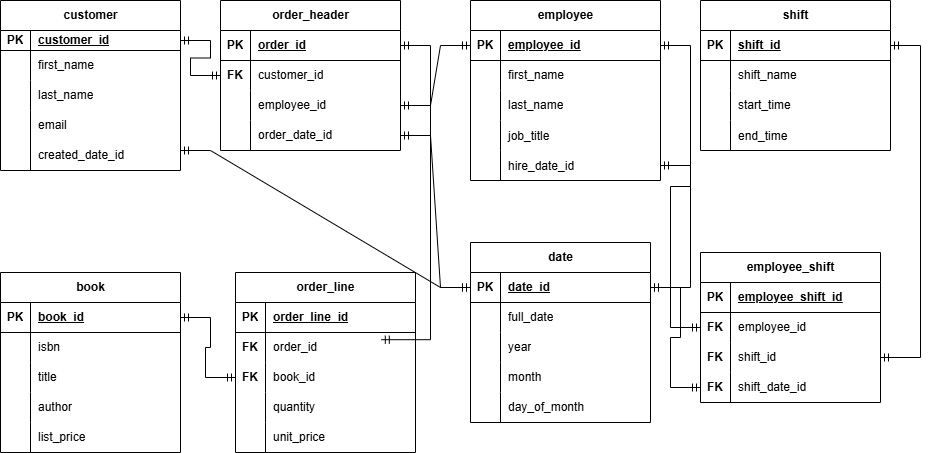
Above: 02_activities/assignments/Microcredential_Cohort/bookstore_logical_model.png in Lynn-Kwon/sql (draw.io), before the change. Source tidied: cells renumbered, new cells last; positions are measured from the earlier drawing's top-left corner, leaving out a move shared by most shapes.
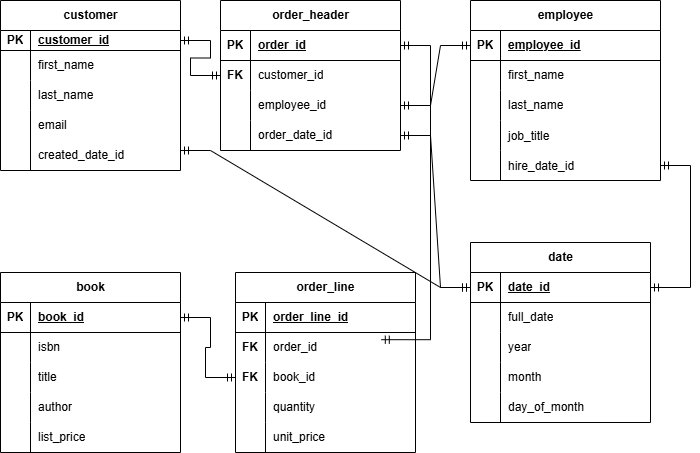
The same diagram one commit later.

Commit message:
fix ERD diagram

Change to the diagram source:
```diff
@@ -301,92 +301,5 @@
     <mxCell id="100" style="edgeStyle=entityRelationEdgeStyle;fontSize=12;html=1;endArrow=ERmandOne;startArrow=ERmandOne;rounded=0;" parent="1" edge="1" source="43" target="79">
       <mxGeometry relative="1" as="geometry" />
     </mxCell>
-    <mxCell id="101" value="shift" style="shape=table;startSize=30;rowLines=0;fontStyle=1;align=center;html=1;" parent="1" vertex="1">
-      <mxGeometry x="700" width="190" height="150" as="geometry" />
-    </mxCell>
-    <mxCell id="102" style="shape=tableRow;horizontal=0;startSize=0;swimlaneHead=0;swimlaneBody=0;fillColor=none;points=[[0,0.5],[1,0.5]];portConstraint=eastwest;top=0;left=0;right=0;bottom=1;" parent="101" vertex="1">
-      <mxGeometry y="30" width="190" height="30" as="geometry" />
-    </mxCell>
-    <mxCell id="103" value="PK" style="shape=partialRectangle;fillColor=none;top=0;left=0;bottom=0;right=0;fontStyle=1;overflow=hidden;whiteSpace=wrap;html=1;" parent="102" vertex="1">
-      <mxGeometry width="30" height="30" as="geometry" />
-    </mxCell>
-    <mxCell id="104" value="shift_id" style="shape=partialRectangle;fillColor=none;top=0;left=0;bottom=0;right=0;align=left;spacingLeft=6;fontStyle=5;overflow=hidden;whiteSpace=wrap;html=1;" parent="102" vertex="1">
-      <mxGeometry x="30" width="160" height="30" as="geometry" />
-    </mxCell>
-    <mxCell id="105" style="shape=tableRow;horizontal=0;startSize=0;swimlaneHead=0;swimlaneBody=0;fillColor=none;top=0;left=0;right=0;bottom=0;" parent="101" vertex="1">
-      <mxGeometry y="60" width="190" height="30" as="geometry" />
-    </mxCell>
-    <mxCell id="106" style="shape=partialRectangle;fillColor=none;top=0;left=0;bottom=0;right=0;overflow=hidden;whiteSpace=wrap;html=1;" parent="105" vertex="1">
-      <mxGeometry width="30" height="30" as="geometry" />
-    </mxCell>
-    <mxCell id="107" value="shift_name" style="shape=partialRectangle;fillColor=none;top=0;left=0;bottom=0;right=0;align=left;spacingLeft=6;overflow=hidden;whiteSpace=wrap;html=1;" parent="105" vertex="1">
-      <mxGeometry x="30" width="160" height="30" as="geometry" />
-    </mxCell>
-    <mxCell id="108" style="shape=tableRow;horizontal=0;startSize=0;swimlaneHead=0;swimlaneBody=0;fillColor=none;top=0;left=0;right=0;bottom=0;" parent="101" vertex="1">
-      <mxGeometry y="90" width="190" height="30" as="geometry" />
-    </mxCell>
-    <mxCell id="109" style="shape=partialRectangle;fillColor=none;top=0;left=0;bottom=0;right=0;overflow=hidden;whiteSpace=wrap;html=1;" parent="108" vertex="1">
-      <mxGeometry width="30" height="30" as="geometry" />
-    </mxCell>
-    <mxCell id="110" value="start_time" style="shape=partialRectangle;fillColor=none;top=0;left=0;bottom=0;right=0;align=left;spacingLeft=6;overflow=hidden;whiteSpace=wrap;html=1;" parent="108" vertex="1">
-      <mxGeometry x="30" width="160" height="30" as="geometry" />
-    </mxCell>
-    <mxCell id="111" style="shape=tableRow;horizontal=0;startSize=0;swimlaneHead=0;swimlaneBody=0;fillColor=none;top=0;left=0;right=0;bottom=0;" parent="101" vertex="1">
-      <mxGeometry y="120" width="190" height="30" as="geometry" />
-    </mxCell>
-    <mxCell id="112" style="shape=partialRectangle;fillColor=none;top=0;left=0;bottom=0;right=0;overflow=hidden;" parent="111" vertex="1">
-      <mxGeometry width="30" height="30" as="geometry" />
-    </mxCell>
-    <mxCell id="113" value="end_time" style="shape=partialRectangle;fillColor=none;top=0;left=0;bottom=0;right=0;align=left;spacingLeft=6;overflow=hidden;" parent="111" vertex="1">
-      <mxGeometry x="30" width="160" height="30" as="geometry" />
-    </mxCell>
-    <mxCell id="114" value="employee_shift" style="shape=table;startSize=30;rowLines=0;fontStyle=1;align=center;html=1;" parent="1" vertex="1">
-      <mxGeometry x="700" y="252" width="180" height="150" as="geometry" />
-    </mxCell>
-    <mxCell id="115" style="shape=tableRow;horizontal=0;startSize=0;swimlaneHead=0;swimlaneBody=0;fillColor=none;top=0;left=0;right=0;bottom=1;" parent="114" vertex="1">
-      <mxGeometry y="30" width="180" height="30" as="geometry" />
-    </mxCell>
-    <mxCell id="116" value="PK" style="shape=partialRectangle;fillColor=none;top=0;left=0;bottom=0;right=0;fontStyle=1;overflow=hidden;whiteSpace=wrap;html=1;" parent="115" vertex="1">
-      <mxGeometry width="30" height="30" as="geometry" />
-    </mxCell>
-    <mxCell id="117" value="employee_shift_id" style="shape=partialRectangle;fillColor=none;top=0;left=0;bottom=0;right=0;align=left;spacingLeft=6;fontStyle=5;overflow=hidden;whiteSpace=wrap;html=1;" parent="115" vertex="1">
-      <mxGeometry x="30" width="150" height="30" as="geometry" />
-    </mxCell>
-    <mxCell id="118" style="shape=tableRow;horizontal=0;startSize=0;swimlaneHead=0;swimlaneBody=0;fillColor=none;points=[[0,0.5],[1,0.5]];portConstraint=eastwest;top=0;left=0;right=0;bottom=0;" parent="114" vertex="1">
-      <mxGeometry y="60" width="180" height="30" as="geometry" />
-    </mxCell>
-    <mxCell id="119" value="FK" style="shape=partialRectangle;fillColor=none;top=0;left=0;bottom=0;right=0;overflow=hidden;whiteSpace=wrap;html=1;fontStyle=1;" parent="118" vertex="1">
-      <mxGeometry width="30" height="30" as="geometry" />
-    </mxCell>
-    <mxCell id="120" value="employee_id" style="shape=partialRectangle;fillColor=none;top=0;left=0;bottom=0;right=0;align=left;spacingLeft=6;overflow=hidden;whiteSpace=wrap;html=1;" parent="118" vertex="1">
-      <mxGeometry x="30" width="150" height="30" as="geometry" />
-    </mxCell>
-    <mxCell id="121" style="shape=tableRow;horizontal=0;startSize=0;swimlaneHead=0;swimlaneBody=0;fillColor=none;points=[[0,0.5],[1,0.5]];portConstraint=eastwest;top=0;left=0;right=0;bottom=0;" parent="114" vertex="1">
-      <mxGeometry y="90" width="180" height="30" as="geometry" />
-    </mxCell>
-    <mxCell id="122" value="FK" style="shape=partialRectangle;fillColor=none;top=0;left=0;bottom=0;right=0;overflow=hidden;whiteSpace=wrap;html=1;fontStyle=1;" parent="121" vertex="1">
-      <mxGeometry width="30" height="30" as="geometry" />
-    </mxCell>
-    <mxCell id="123" value="shift_id" style="shape=partialRectangle;fillColor=none;top=0;left=0;bottom=0;right=0;align=left;spacingLeft=6;overflow=hidden;whiteSpace=wrap;html=1;" parent="121" vertex="1">
-      <mxGeometry x="30" width="150" height="30" as="geometry" />
-    </mxCell>
-    <mxCell id="124" style="shape=tableRow;horizontal=0;startSize=0;swimlaneHead=0;swimlaneBody=0;fillColor=none;points=[[0,0.5],[1,0.5]];portConstraint=eastwest;top=0;left=0;right=0;bottom=0;" parent="114" vertex="1">
-      <mxGeometry y="120" width="180" height="30" as="geometry" />
-    </mxCell>
-    <mxCell id="125" value="FK" style="shape=partialRectangle;fillColor=none;top=0;left=0;bottom=0;right=0;overflow=hidden;whiteSpace=wrap;html=1;fontStyle=1;" parent="124" vertex="1">
-      <mxGeometry width="30" height="30" as="geometry" />
-    </mxCell>
-    <mxCell id="126" value="shift_date_id" style="shape=partialRectangle;fillColor=none;top=0;left=0;bottom=0;right=0;align=left;spacingLeft=6;overflow=hidden;whiteSpace=wrap;html=1;" parent="124" vertex="1">
-      <mxGeometry x="30" width="150" height="30" as="geometry" />
-    </mxCell>
-    <mxCell id="127" style="edgeStyle=entityRelationEdgeStyle;fontSize=12;html=1;endArrow=ERmandOne;startArrow=ERmandOne;rounded=0;" parent="1" edge="1" source="16" target="118">
-      <mxGeometry relative="1" as="geometry" />
-    </mxCell>
-    <mxCell id="128" style="edgeStyle=entityRelationEdgeStyle;fontSize=12;html=1;endArrow=ERmandOne;startArrow=ERmandOne;rounded=0;" parent="1" edge="1" source="121" target="102">
-      <mxGeometry relative="1" as="geometry" />
-    </mxCell>
-    <mxCell id="129" style="edgeStyle=entityRelationEdgeStyle;fontSize=12;html=1;endArrow=ERmandOne;startArrow=ERmandOne;rounded=0;" parent="1" edge="1" source="79" target="124">
-      <mxGeometry relative="1" as="geometry" />
-    </mxCell>
   </root>
 </mxGraphModel>
```
